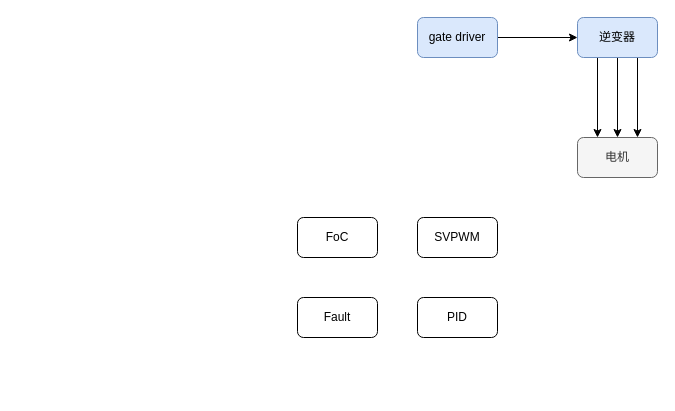
This is page "第 2 页" (2 of 2) of 电动机分类.drawio from Vinson-001/Blog-flow-chart, a draw.io file, before an edit. Source tidied: cells renumbered, new cells numbered last; positions are measured from the earlier drawing's top-left corner, leaving out a move shared by most shapes. Both pictures are drawn from the tidied source at 100%, with x=0, y=0 at pixel (297, 17).
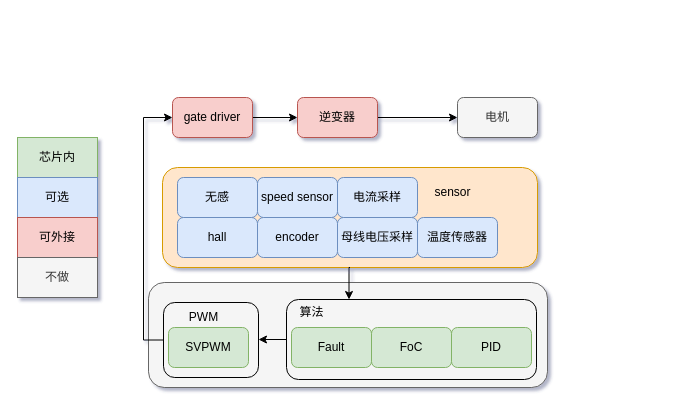
The same page after the edit.

Commit message (it also covers changes not shown here):
更新电动机分类.drawio

The edit, as a diff of the source:
```diff
@@
-<mxGraphModel>
+<mxGraphModel shadow="1">
@@
+    <mxCell id="13" style="rounded=1;whiteSpace=wrap;html=1;fillColor=#ffe6cc;strokeColor=#d79b00;" parent="1" vertex="1">
+      <mxGeometry x="-135" y="150" width="375" height="100" as="geometry" />
+    </mxCell>
+    <mxCell id="14" style="rounded=1;whiteSpace=wrap;html=1;fillColor=#f5f5f5;fontColor=#333333;strokeColor=#666666;" parent="1" vertex="1">
+      <mxGeometry x="-149" y="265" width="399" height="105" as="geometry" />
+    </mxCell>
@@
-    <mxCell id="3" value="gate driver" style="rounded=1;whiteSpace=wrap;html=1;fillColor=#dae8fc;strokeColor=#6c8ebf;" parent="1" vertex="1">
-      <mxGeometry x="120" width="80" height="40" as="geometry" />
+    <mxCell id="3" value="gate driver" style="rounded=1;whiteSpace=wrap;html=1;fillColor=#f8cecc;strokeColor=#b85450;" parent="1" vertex="1">
+      <mxGeometry x="-125" y="80" width="80" height="40" as="geometry" />
     </mxCell>
-    <mxCell id="4" style="edgeStyle=orthogonalEdgeStyle;rounded=0;jettySize=auto;html=1;exitX=0.25;exitY=1;exitDx=0;exitDy=0;entryX=0.25;entryY=0;entryDx=0;entryDy=0;" parent="1" edge="1" source="7" target="8">
-      <mxGeometry relative="1" as="geometry" />
-    </mxCell>
-    <mxCell id="5" style="edgeStyle=orthogonalEdgeStyle;rounded=0;jettySize=auto;html=1;exitX=0.5;exitY=1;exitDx=0;exitDy=0;entryX=0.5;entryY=0;entryDx=0;entryDy=0;" parent="1" edge="1" source="7" target="8">
-      <mxGeometry relative="1" as="geometry" />
-    </mxCell>
-    <mxCell id="6" style="edgeStyle=orthogonalEdgeStyle;rounded=0;jettySize=auto;html=1;exitX=0.75;exitY=1;exitDx=0;exitDy=0;entryX=0.75;entryY=0;entryDx=0;entryDy=0;" parent="1" edge="1" source="7" target="8">
-      <mxGeometry relative="1" as="geometry" />
-    </mxCell>
+    <mxCell id="15" style="edgeStyle=orthogonalEdgeStyle;rounded=0;jettySize=auto;html=1;exitX=1;exitY=0.5;exitDx=0;exitDy=0;entryX=0;entryY=0.5;entryDx=0;entryDy=0;" parent="1" edge="1" source="7" target="8">
+      <mxGeometry relative="1" as="geometry" />
+    </mxCell>
-    <mxCell id="7" value="逆变器" style="rounded=1;whiteSpace=wrap;html=1;fillColor=#dae8fc;strokeColor=#6c8ebf;" parent="1" vertex="1">
-      <mxGeometry x="280" width="80" height="40" as="geometry" />
+    <mxCell id="7" value="逆变器" style="rounded=1;whiteSpace=wrap;html=1;fillColor=#f8cecc;strokeColor=#b85450;" parent="1" vertex="1">
+      <mxGeometry y="80" width="80" height="40" as="geometry" />
     </mxCell>
     <mxCell id="8" value="电机" style="rounded=1;whiteSpace=wrap;html=1;fillColor=#f5f5f5;strokeColor=#666666;fontColor=#333333;" parent="1" vertex="1">
-      <mxGeometry x="280" y="120" width="80" height="40" as="geometry" />
+      <mxGeometry x="160" y="80" width="80" height="40" as="geometry" />
     </mxCell>
-    <mxCell id="9" value="FoC" style="rounded=1;whiteSpace=wrap;html=1;" parent="1" vertex="1">
-      <mxGeometry y="200" width="80" height="40" as="geometry" />
+    <mxCell id="9" value="FoC" style="rounded=1;whiteSpace=wrap;html=1;fillColor=#d5e8d4;strokeColor=#82b366;" parent="1" vertex="1">
+      <mxGeometry x="74" y="310" width="80" height="40" as="geometry" />
     </mxCell>
-    <mxCell id="10" value="PID" style="rounded=1;whiteSpace=wrap;html=1;" parent="1" vertex="1">
-      <mxGeometry x="120" y="280" width="80" height="40" as="geometry" />
+    <mxCell id="10" value="PID" style="rounded=1;whiteSpace=wrap;html=1;fillColor=#d5e8d4;strokeColor=#82b366;" parent="1" vertex="1">
+      <mxGeometry x="154" y="310" width="80" height="40" as="geometry" />
     </mxCell>
-    <mxCell id="11" value="SVPWM" style="rounded=1;whiteSpace=wrap;html=1;" parent="1" vertex="1">
-      <mxGeometry x="120" y="200" width="80" height="40" as="geometry" />
+    <mxCell id="11" value="SVPWM" style="rounded=1;whiteSpace=wrap;html=1;fillColor=#d5e8d4;strokeColor=#82b366;" parent="1" vertex="1">
+      <mxGeometry x="-129" y="310" width="80" height="40" as="geometry" />
     </mxCell>
-    <mxCell id="12" value="Fault" style="rounded=1;whiteSpace=wrap;html=1;" parent="1" vertex="1">
-      <mxGeometry y="280" width="80" height="40" as="geometry" />
+    <mxCell id="12" value="Fault" style="rounded=1;whiteSpace=wrap;html=1;fillColor=#d5e8d4;strokeColor=#82b366;" parent="1" vertex="1">
+      <mxGeometry x="-6" y="310" width="80" height="40" as="geometry" />
     </mxCell>
+    <mxCell id="16" value="hall" style="rounded=1;whiteSpace=wrap;html=1;fillColor=#dae8fc;strokeColor=#6c8ebf;" parent="1" vertex="1">
+      <mxGeometry x="-120" y="200" width="80" height="40" as="geometry" />
+    </mxCell>
+    <mxCell id="17" value="encoder" style="rounded=1;whiteSpace=wrap;html=1;fillColor=#dae8fc;strokeColor=#6c8ebf;" parent="1" vertex="1">
+      <mxGeometry x="-40" y="200" width="80" height="40" as="geometry" />
+    </mxCell>
+    <mxCell id="18" value="无感" style="rounded=1;whiteSpace=wrap;html=1;fillColor=#dae8fc;strokeColor=#6c8ebf;" parent="1" vertex="1">
+      <mxGeometry x="-120" y="160" width="80" height="40" as="geometry" />
+    </mxCell>
+    <mxCell id="19" value="电流采样" style="rounded=1;whiteSpace=wrap;html=1;fillColor=#dae8fc;strokeColor=#6c8ebf;" parent="1" vertex="1">
+      <mxGeometry x="40" y="160" width="80" height="40" as="geometry" />
+    </mxCell>
+    <mxCell id="20" value="母线电压采样" style="rounded=1;whiteSpace=wrap;html=1;fillColor=#dae8fc;strokeColor=#6c8ebf;" parent="1" vertex="1">
+      <mxGeometry x="40" y="200" width="80" height="40" as="geometry" />
+    </mxCell>
+    <mxCell id="21" value="温度传感器" style="rounded=1;whiteSpace=wrap;html=1;fillColor=#dae8fc;strokeColor=#6c8ebf;" parent="1" vertex="1">
+      <mxGeometry x="120" y="200" width="80" height="40" as="geometry" />
+    </mxCell>
+    <mxCell id="22" style="edgeStyle=orthogonalEdgeStyle;rounded=0;jettySize=auto;html=1;exitX=0;exitY=0.5;exitDx=0;exitDy=0;entryX=1;entryY=0.5;entryDx=0;entryDy=0;" parent="1" edge="1" source="23" target="29">
+      <mxGeometry relative="1" as="geometry" />
+    </mxCell>
+    <mxCell id="23" style="rounded=1;whiteSpace=wrap;html=1;fillColor=none;" parent="1" vertex="1">
+      <mxGeometry x="-11" y="282" width="250" height="80" as="geometry" />
+    </mxCell>
+    <mxCell id="24" value="speed sensor" style="rounded=1;whiteSpace=wrap;html=1;fillColor=#dae8fc;strokeColor=#6c8ebf;" parent="1" vertex="1">
+      <mxGeometry x="-40" y="160" width="80" height="40" as="geometry" />
+    </mxCell>
+    <mxCell id="25" value="算法" style="text;html=1;align=center;verticalAlign=middle;strokeColor=none;fillColor=none;" parent="1" vertex="1">
+      <mxGeometry x="-11" y="280" width="50" height="30" as="geometry" />
+    </mxCell>
+    <mxCell id="26" style="edgeStyle=orthogonalEdgeStyle;rounded=0;jettySize=auto;html=1;exitX=0.5;exitY=1;exitDx=0;exitDy=0;entryX=0.25;entryY=0;entryDx=0;entryDy=0;" parent="1" edge="1" source="13" target="23">
+      <mxGeometry relative="1" as="geometry" />
+    </mxCell>
+    <mxCell id="27" value="sensor" style="text;html=1;align=center;verticalAlign=middle;strokeColor=none;fillColor=none;" parent="1" vertex="1">
+      <mxGeometry x="125" y="160" width="60" height="30" as="geometry" />
+    </mxCell>
+    <mxCell id="28" style="edgeStyle=orthogonalEdgeStyle;rounded=0;jettySize=auto;html=1;exitX=0;exitY=0.5;exitDx=0;exitDy=0;entryX=0;entryY=0.5;entryDx=0;entryDy=0;" parent="1" edge="1" source="29" target="3">
+      <mxGeometry relative="1" as="geometry" />
+    </mxCell>
+    <mxCell id="29" style="rounded=1;whiteSpace=wrap;html=1;fillColor=none;" parent="1" vertex="1">
+      <mxGeometry x="-134" y="285" width="95" height="75" as="geometry" />
+    </mxCell>
+    <mxCell id="30" value="PWM" style="text;html=1;align=center;verticalAlign=middle;strokeColor=none;fillColor=none;" parent="1" vertex="1">
+      <mxGeometry x="-119" y="285" width="50" height="30" as="geometry" />
+    </mxCell>
+    <mxCell id="31" value="芯片内" style="rounded=0;whiteSpace=wrap;html=1;fillColor=#d5e8d4;strokeColor=#82b366;" parent="1" vertex="1">
+      <mxGeometry x="-280" y="120" width="80" height="40" as="geometry" />
+    </mxCell>
+    <mxCell id="32" value="可选" style="rounded=0;whiteSpace=wrap;html=1;fillColor=#dae8fc;strokeColor=#6c8ebf;" parent="1" vertex="1">
+      <mxGeometry x="-280" y="160" width="80" height="40" as="geometry" />
+    </mxCell>
+    <mxCell id="33" value="可外接" style="rounded=0;whiteSpace=wrap;html=1;fillColor=#f8cecc;strokeColor=#b85450;" parent="1" vertex="1">
+      <mxGeometry x="-280" y="200" width="80" height="40" as="geometry" />
+    </mxCell>
+    <mxCell id="34" value="不做" style="rounded=0;whiteSpace=wrap;html=1;fillColor=#f5f5f5;strokeColor=#666666;fontColor=#333333;" parent="1" vertex="1">
+      <mxGeometry x="-280" y="240" width="80" height="40" as="geometry" />
+    </mxCell>
```
